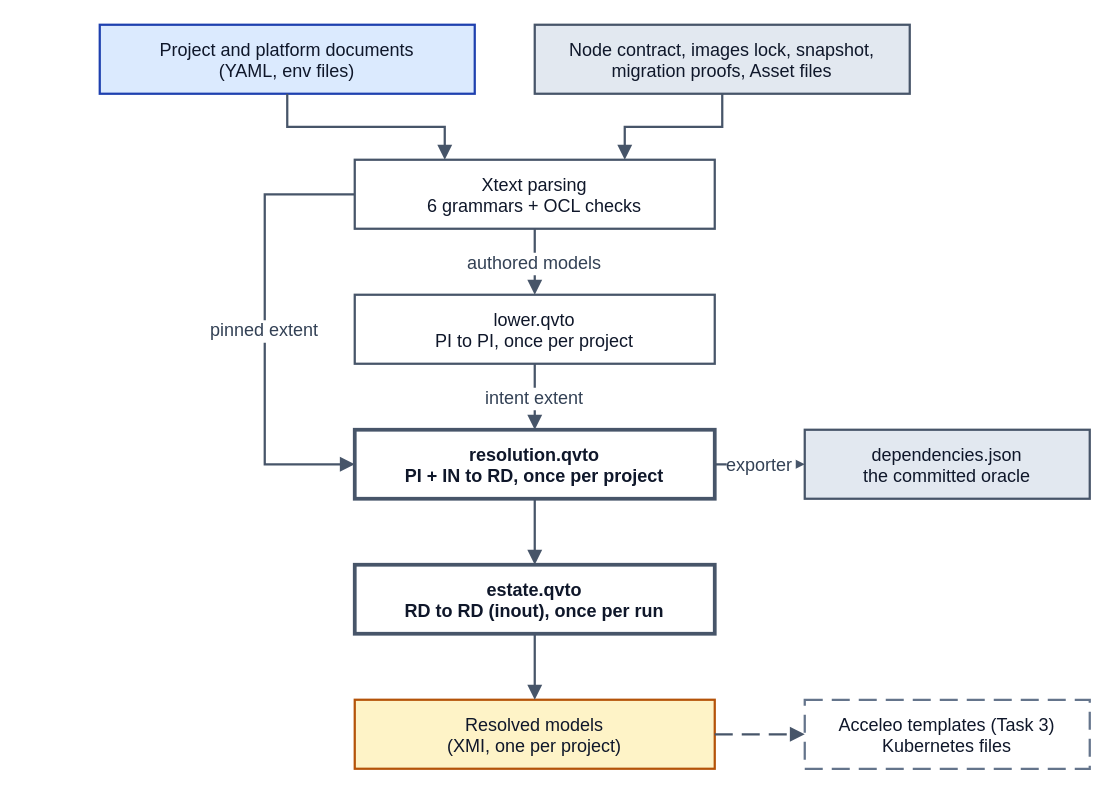
JorisJonkers-dev/deploy-kit keeps this draw.io diagram as docs/mde/task-2-transformations/Figures/pipeline.drawio. Above is the earlier version. Source tidied: cells renumbered, new cells numbered last; positions are measured from the earlier drawing's top-left corner, leaving out a move shared by most shapes. Both pictures are drawn from the tidied source at 150%, with x=0, y=0 at pixel (99, 24).
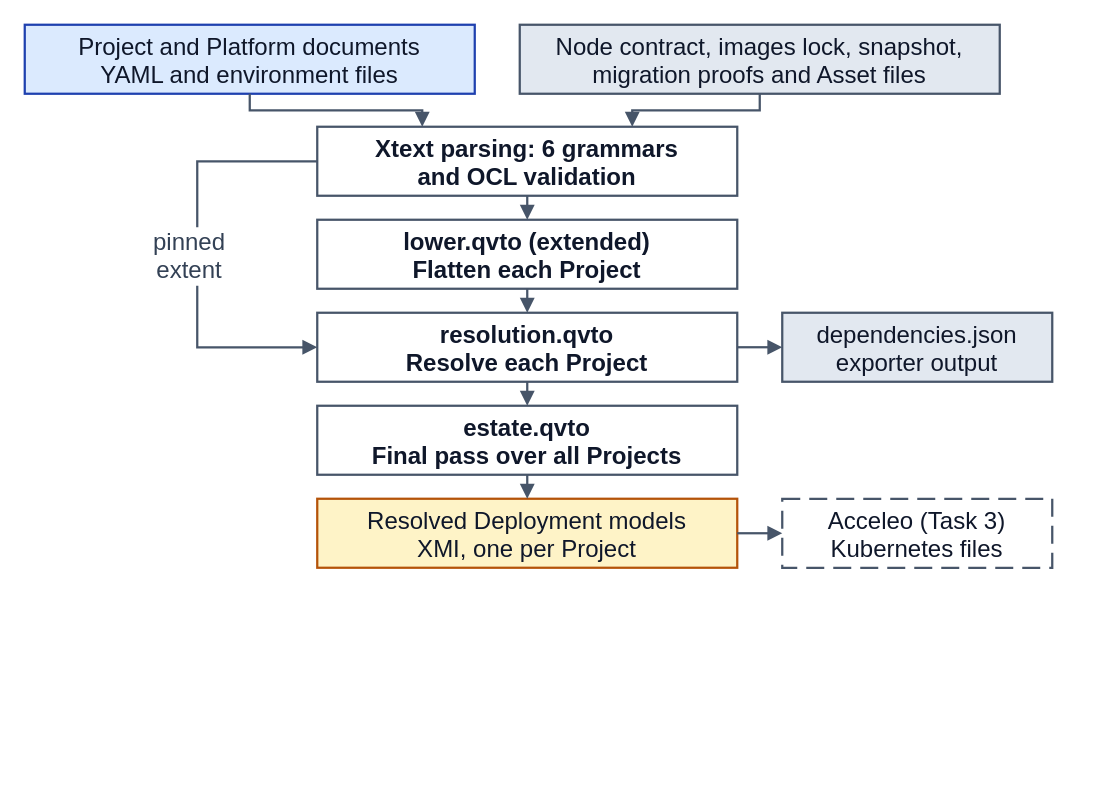
The same diagram, later.

Change to the diagram source:
```diff
@@
-    <mxCell id="2" value="Project and platform documents&#10;(YAML, env files)" style="rounded=0;whiteSpace=nowrap;html=0;align=center;verticalAlign=middle;fillColor=#dbeafe;strokeColor=#1e40af;strokeWidth=1.5;fontFamily=Helvetica;fontSize=12;fontColor=#0f172a;" parent="1" vertex="1">
-      <mxGeometry width="250" height="46" as="geometry" />
+    <mxCell id="2" value="Project and Platform documents&#10;YAML and environment files" style="rounded=0;whiteSpace=nowrap;html=0;align=center;verticalAlign=middle;fillColor=#dbeafe;strokeColor=#1e40af;strokeWidth=1.5;fontFamily=Helvetica;fontSize=16;fontColor=#0f172a;" parent="1" vertex="1">
+      <mxGeometry x="-50" width="300" height="46" as="geometry" />
     </mxCell>
-    <mxCell id="3" value="Node contract, images lock, snapshot,&#10;migration proofs, Asset files" style="rounded=0;whiteSpace=nowrap;html=0;align=center;verticalAlign=middle;fillColor=#e2e8f0;strokeColor=#475569;strokeWidth=1.5;fontFamily=Helvetica;fontSize=12;fontColor=#0f172a;" parent="1" vertex="1">
-      <mxGeometry x="290" width="250" height="46" as="geometry" />
-    </mxCell>
+    <mxCell id="20" value="Node contract, images lock, snapshot,&#10;migration proofs and Asset files" style="rounded=0;whiteSpace=nowrap;html=0;align=center;verticalAlign=middle;fillColor=#e2e8f0;strokeColor=#475569;strokeWidth=1.5;fontFamily=Helvetica;fontSize=16;fontColor=#0f172a;" parent="1" vertex="1">
+      <mxGeometry x="280" width="320" height="46" as="geometry" />
+    </mxCell>
-    <mxCell id="4" value="Xtext parsing&#10;6 grammars + OCL checks" style="rounded=0;whiteSpace=nowrap;html=0;align=center;verticalAlign=middle;fillColor=#ffffff;strokeColor=#475569;strokeWidth=1.5;fontFamily=Helvetica;fontSize=12;fontColor=#0f172a;" parent="1" vertex="1">
-      <mxGeometry x="170" y="90" width="240" height="46" as="geometry" />
+    <mxCell id="4" value="Xtext parsing: 6 grammars&#10;and OCL validation" style="rounded=0;whiteSpace=nowrap;html=0;align=center;verticalAlign=middle;fillColor=#ffffff;strokeColor=#475569;strokeWidth=1.5;fontFamily=Helvetica;fontSize=16;fontColor=#0f172a;fontStyle=1;" parent="1" vertex="1">
+      <mxGeometry x="145" y="68" width="280" height="46" as="geometry" />
     </mxCell>
-    <mxCell id="5" value="lower.qvto&#10;PI to PI, once per project" style="rounded=0;whiteSpace=nowrap;html=0;align=center;verticalAlign=middle;fillColor=#ffffff;strokeColor=#475569;strokeWidth=1.5;fontFamily=Helvetica;fontSize=12;fontColor=#0f172a;" parent="1" vertex="1">
-      <mxGeometry x="170" y="180" width="240" height="46" as="geometry" />
+    <mxCell id="5" value="lower.qvto (extended)&#10;Flatten each Project" style="rounded=0;whiteSpace=nowrap;html=0;align=center;verticalAlign=middle;fillColor=#ffffff;strokeColor=#475569;strokeWidth=1.5;fontFamily=Helvetica;fontSize=16;fontColor=#0f172a;fontStyle=1;" parent="1" vertex="1">
+      <mxGeometry x="145" y="130" width="280" height="46" as="geometry" />
     </mxCell>
-    <mxCell id="6" value="resolution.qvto&#10;PI + IN to RD, once per project" style="rounded=0;whiteSpace=nowrap;html=0;align=center;verticalAlign=middle;fillColor=#ffffff;strokeColor=#475569;strokeWidth=1.5;fontFamily=Helvetica;fontSize=12;fontColor=#0f172a;fontStyle=1;strokeWidth=2.5;" parent="1" vertex="1">
-      <mxGeometry x="170" y="270" width="240" height="46" as="geometry" />
-    </mxCell>
-    <mxCell id="7" value="dependencies.json&#10;the committed oracle" style="rounded=0;whiteSpace=nowrap;html=0;align=center;verticalAlign=middle;fillColor=#e2e8f0;strokeColor=#475569;strokeWidth=1.5;fontFamily=Helvetica;fontSize=12;fontColor=#0f172a;" parent="1" vertex="1">
-      <mxGeometry x="470" y="270" width="190" height="46" as="geometry" />
-    </mxCell>
-    <mxCell id="8" value="estate.qvto&#10;RD to RD (inout), once per run" style="rounded=0;whiteSpace=nowrap;html=0;align=center;verticalAlign=middle;fillColor=#ffffff;strokeColor=#475569;strokeWidth=1.5;fontFamily=Helvetica;fontSize=12;fontColor=#0f172a;fontStyle=1;strokeWidth=2.5;" parent="1" vertex="1">
-      <mxGeometry x="170" y="360" width="240" height="46" as="geometry" />
-    </mxCell>
-    <mxCell id="9" value="Resolved models&#10;(XMI, one per project)" style="rounded=0;whiteSpace=nowrap;html=0;align=center;verticalAlign=middle;fillColor=#fef3c7;strokeColor=#b45309;strokeWidth=1.5;fontFamily=Helvetica;fontSize=12;fontColor=#0f172a;" parent="1" vertex="1">
-      <mxGeometry x="170" y="450" width="240" height="46" as="geometry" />
-    </mxCell>
-    <mxCell id="10" value="Acceleo templates (Task 3)&#10;Kubernetes files" style="rounded=0;whiteSpace=nowrap;html=0;align=center;verticalAlign=middle;fillColor=#ffffff;strokeColor=#64748b;strokeWidth=1.5;fontFamily=Helvetica;fontSize=12;fontColor=#0f172a;dashed=1;dashPattern=8 4;" parent="1" vertex="1">
-      <mxGeometry x="470" y="450" width="190" height="46" as="geometry" />
-    </mxCell>
+    <mxCell id="21" value="resolution.qvto&#10;Resolve each Project" style="rounded=0;whiteSpace=nowrap;html=0;align=center;verticalAlign=middle;fillColor=#ffffff;strokeColor=#475569;strokeWidth=1.5;fontFamily=Helvetica;fontSize=16;fontColor=#0f172a;fontStyle=1;" parent="1" vertex="1">
+      <mxGeometry x="145" y="192" width="280" height="46" as="geometry" />
+    </mxCell>
+    <mxCell id="22" value="dependencies.json&#10;exporter output" style="rounded=0;whiteSpace=nowrap;html=0;align=center;verticalAlign=middle;fillColor=#e2e8f0;strokeColor=#475569;strokeWidth=1.5;fontFamily=Helvetica;fontSize=16;fontColor=#0f172a;" parent="1" vertex="1">
+      <mxGeometry x="455" y="192" width="180" height="46" as="geometry" />
+    </mxCell>
+    <mxCell id="23" value="estate.qvto&#10;Final pass over all Projects" style="rounded=0;whiteSpace=nowrap;html=0;align=center;verticalAlign=middle;fillColor=#ffffff;strokeColor=#475569;strokeWidth=1.5;fontFamily=Helvetica;fontSize=16;fontColor=#0f172a;fontStyle=1;" parent="1" vertex="1">
+      <mxGeometry x="145" y="254" width="280" height="46" as="geometry" />
+    </mxCell>
+    <mxCell id="24" value="Resolved Deployment models&#10;XMI, one per Project" style="rounded=0;whiteSpace=nowrap;html=0;align=center;verticalAlign=middle;fillColor=#fef3c7;strokeColor=#b45309;strokeWidth=1.5;fontFamily=Helvetica;fontSize=16;fontColor=#0f172a;" parent="1" vertex="1">
+      <mxGeometry x="145" y="316" width="280" height="46" as="geometry" />
+    </mxCell>
+    <mxCell id="25" value="Acceleo (Task 3)&#10;Kubernetes files" style="rounded=0;whiteSpace=nowrap;html=0;align=center;verticalAlign=middle;fillColor=#ffffff;strokeColor=#475569;strokeWidth=1.5;fontFamily=Helvetica;fontSize=16;fontColor=#0f172a;dashed=1;dashPattern=8 4;" parent="1" vertex="1">
+      <mxGeometry x="455" y="316" width="180" height="46" as="geometry" />
+    </mxCell>
-    <mxCell id="11" style="edgeStyle=orthogonalEdgeStyle;rounded=0;html=0;jettySize=auto;endArrow=block;endFill=1;strokeColor=#475569;strokeWidth=1.5;fontSize=12;fontFamily=Helvetica;fontColor=#334155;labelBackgroundColor=#ffffff;exitX=0.5;exitY=1;exitDx=0;exitDy=0;entryX=0.25;entryY=0;entryDx=0;entryDy=0;" parent="1" edge="1" source="2" target="4">
+    <mxCell id="11" style="edgeStyle=orthogonalEdgeStyle;rounded=0;html=0;jettySize=auto;strokeColor=#475569;strokeWidth=1.5;fontSize=16;fontFamily=Helvetica;fontColor=#334155;labelBackgroundColor=#ffffff;exitX=0.5;exitY=1;entryX=0.25;entryY=0;endArrow=block;endFill=1;" parent="1" edge="1" source="2" target="4">
       <mxGeometry relative="1" as="geometry">
         <Array as="points">
-          <mxPoint x="125" y="68" />
-          <mxPoint x="230" y="68" />
+          <mxPoint x="100" y="57" />
+          <mxPoint x="215" y="57" />
         </Array>
       </mxGeometry>
     </mxCell>
-    <mxCell id="12" style="edgeStyle=orthogonalEdgeStyle;rounded=0;html=0;jettySize=auto;endArrow=block;endFill=1;strokeColor=#475569;strokeWidth=1.5;fontSize=12;fontFamily=Helvetica;fontColor=#334155;labelBackgroundColor=#ffffff;exitX=0.5;exitY=1;exitDx=0;exitDy=0;entryX=0.75;entryY=0;entryDx=0;entryDy=0;" parent="1" edge="1" source="3" target="4">
-      <mxGeometry relative="1" as="geometry">
-        <Array as="points">
-          <mxPoint x="415" y="68" />
-          <mxPoint x="350" y="68" />
-        </Array>
-      </mxGeometry>
-    </mxCell>
+    <mxCell id="26" style="edgeStyle=orthogonalEdgeStyle;rounded=0;html=0;jettySize=auto;strokeColor=#475569;strokeWidth=1.5;fontSize=16;fontFamily=Helvetica;fontColor=#334155;labelBackgroundColor=#ffffff;exitX=0.5;exitY=1;entryX=0.75;entryY=0;endArrow=block;endFill=1;" parent="1" edge="1" source="20" target="4">
+      <mxGeometry relative="1" as="geometry">
+        <Array as="points">
+          <mxPoint x="440" y="57" />
+          <mxPoint x="355" y="57" />
+        </Array>
+      </mxGeometry>
+    </mxCell>
-    <mxCell id="13" value="authored models" style="edgeStyle=orthogonalEdgeStyle;rounded=0;html=0;jettySize=auto;endArrow=block;endFill=1;strokeColor=#475569;strokeWidth=1.5;fontSize=12;fontFamily=Helvetica;fontColor=#334155;labelBackgroundColor=#ffffff;exitX=0.5;exitY=1;exitDx=0;exitDy=0;entryX=0.5;entryY=0;entryDx=0;entryDy=0;" parent="1" edge="1" source="4" target="5">
+    <mxCell id="13" style="edgeStyle=orthogonalEdgeStyle;rounded=0;html=0;jettySize=auto;strokeColor=#475569;strokeWidth=1.5;fontSize=16;fontFamily=Helvetica;fontColor=#334155;labelBackgroundColor=#ffffff;exitX=0.5;exitY=1;entryX=0.5;entryY=0;endArrow=block;endFill=1;" parent="1" edge="1" source="4" target="5">
       <mxGeometry relative="1" as="geometry" />
     </mxCell>
-    <mxCell id="14" value="intent extent" style="edgeStyle=orthogonalEdgeStyle;rounded=0;html=0;jettySize=auto;endArrow=block;endFill=1;strokeColor=#475569;strokeWidth=1.5;fontSize=12;fontFamily=Helvetica;fontColor=#334155;labelBackgroundColor=#ffffff;exitX=0.5;exitY=1;exitDx=0;exitDy=0;entryX=0.5;entryY=0;entryDx=0;entryDy=0;" parent="1" edge="1" source="5" target="6">
-      <mxGeometry relative="1" as="geometry" />
-    </mxCell>
+    <mxCell id="27" style="edgeStyle=orthogonalEdgeStyle;rounded=0;html=0;jettySize=auto;strokeColor=#475569;strokeWidth=1.5;fontSize=16;fontFamily=Helvetica;fontColor=#334155;labelBackgroundColor=#ffffff;exitX=0.5;exitY=1;entryX=0.5;entryY=0;endArrow=block;endFill=1;" parent="1" edge="1" source="5" target="21">
+      <mxGeometry relative="1" as="geometry" />
+    </mxCell>
+    <mxCell id="28" style="edgeStyle=orthogonalEdgeStyle;rounded=0;html=0;jettySize=auto;strokeColor=#475569;strokeWidth=1.5;fontSize=16;fontFamily=Helvetica;fontColor=#334155;labelBackgroundColor=#ffffff;exitX=0.5;exitY=1;entryX=0.5;entryY=0;endArrow=block;endFill=1;" parent="1" edge="1" source="21" target="23">
+      <mxGeometry relative="1" as="geometry" />
+    </mxCell>
+    <mxCell id="29" style="edgeStyle=orthogonalEdgeStyle;rounded=0;html=0;jettySize=auto;strokeColor=#475569;strokeWidth=1.5;fontSize=16;fontFamily=Helvetica;fontColor=#334155;labelBackgroundColor=#ffffff;exitX=0.5;exitY=1;entryX=0.5;entryY=0;endArrow=block;endFill=1;" parent="1" edge="1" source="23" target="24">
+      <mxGeometry relative="1" as="geometry" />
+    </mxCell>
-    <mxCell id="15" value="pinned extent" style="edgeStyle=orthogonalEdgeStyle;rounded=0;html=0;jettySize=auto;endArrow=block;endFill=1;strokeColor=#475569;strokeWidth=1.5;fontSize=12;fontFamily=Helvetica;fontColor=#334155;labelBackgroundColor=#ffffff;exitX=0;exitY=0.5;exitDx=0;exitDy=0;entryX=0;entryY=0.5;entryDx=0;entryDy=0;" parent="1" edge="1" source="4" target="6">
+    <mxCell id="15" value="pinned&#10;extent" style="edgeStyle=orthogonalEdgeStyle;rounded=0;html=0;jettySize=auto;strokeColor=#475569;strokeWidth=1.5;fontSize=16;fontFamily=Helvetica;fontColor=#334155;labelBackgroundColor=#ffffff;exitX=0;exitY=0.5;entryX=0;entryY=0.5;endArrow=block;endFill=1;" parent="1" edge="1" source="4" target="21">
       <mxGeometry relative="1" as="geometry">
         <Array as="points">
-          <mxPoint x="110" y="113" />
-          <mxPoint x="110" y="293" />
+          <mxPoint x="65" y="91" />
+          <mxPoint x="65" y="215" />
         </Array>
+        <mxPoint x="-5" as="offset" />
       </mxGeometry>
     </mxCell>
-    <mxCell id="16" value="exporter" style="edgeStyle=orthogonalEdgeStyle;rounded=0;html=0;jettySize=auto;endArrow=block;endFill=1;strokeColor=#475569;strokeWidth=1.5;fontSize=12;fontFamily=Helvetica;fontColor=#334155;labelBackgroundColor=#ffffff;exitX=1;exitY=0.5;exitDx=0;exitDy=0;entryX=0;entryY=0.5;entryDx=0;entryDy=0;" parent="1" edge="1" source="6" target="7">
-      <mxGeometry relative="1" as="geometry" />
-    </mxCell>
-    <mxCell id="17" style="edgeStyle=orthogonalEdgeStyle;rounded=0;html=0;jettySize=auto;endArrow=block;endFill=1;strokeColor=#475569;strokeWidth=1.5;fontSize=12;fontFamily=Helvetica;fontColor=#334155;labelBackgroundColor=#ffffff;exitX=0.5;exitY=1;exitDx=0;exitDy=0;entryX=0.5;entryY=0;entryDx=0;entryDy=0;" parent="1" edge="1" source="6" target="8">
-      <mxGeometry relative="1" as="geometry" />
-    </mxCell>
-    <mxCell id="18" style="edgeStyle=orthogonalEdgeStyle;rounded=0;html=0;jettySize=auto;endArrow=block;endFill=1;strokeColor=#475569;strokeWidth=1.5;fontSize=12;fontFamily=Helvetica;fontColor=#334155;labelBackgroundColor=#ffffff;exitX=0.5;exitY=1;exitDx=0;exitDy=0;entryX=0.5;entryY=0;entryDx=0;entryDy=0;" parent="1" edge="1" source="8" target="9">
-      <mxGeometry relative="1" as="geometry" />
-    </mxCell>
-    <mxCell id="19" style="edgeStyle=orthogonalEdgeStyle;rounded=0;html=0;jettySize=auto;endArrow=block;endFill=1;strokeColor=#475569;strokeWidth=1.5;fontSize=12;fontFamily=Helvetica;fontColor=#334155;labelBackgroundColor=#ffffff;dashed=1;dashPattern=8 4;exitX=1;exitY=0.5;exitDx=0;exitDy=0;entryX=0;entryY=0.5;entryDx=0;entryDy=0;" parent="1" edge="1" source="9" target="10">
-      <mxGeometry relative="1" as="geometry" />
-    </mxCell>
+    <mxCell id="30" style="edgeStyle=orthogonalEdgeStyle;rounded=0;html=0;jettySize=auto;strokeColor=#475569;strokeWidth=1.5;fontSize=16;fontFamily=Helvetica;fontColor=#334155;labelBackgroundColor=#ffffff;exitX=1;exitY=0.5;entryX=0;entryY=0.5;endArrow=block;endFill=1;" parent="1" edge="1" source="21" target="22">
+      <mxGeometry relative="1" as="geometry" />
+    </mxCell>
+    <mxCell id="31" style="edgeStyle=orthogonalEdgeStyle;rounded=0;html=0;jettySize=auto;strokeColor=#475569;strokeWidth=1.5;fontSize=16;fontFamily=Helvetica;fontColor=#334155;labelBackgroundColor=#ffffff;exitX=1;exitY=0.5;entryX=0;entryY=0.5;endArrow=block;endFill=1;" parent="1" edge="1" source="24" target="25">
+      <mxGeometry relative="1" as="geometry" />
+    </mxCell>
```
